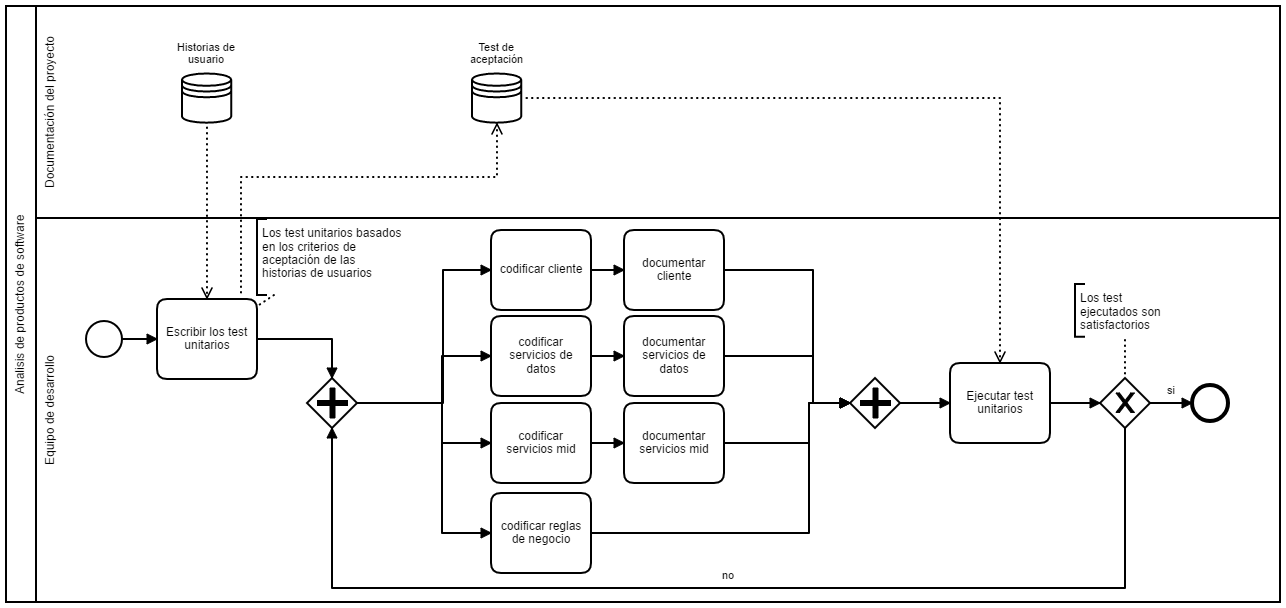
udistrital/arquitectura_docs keeps this BPMN diagram as procedimientos/imagenes/codificacion.png. Above is the earlier version. Its source is kept beside it as procedimientos/imagenes/codificacion.bpmn. Ids are renumbered.
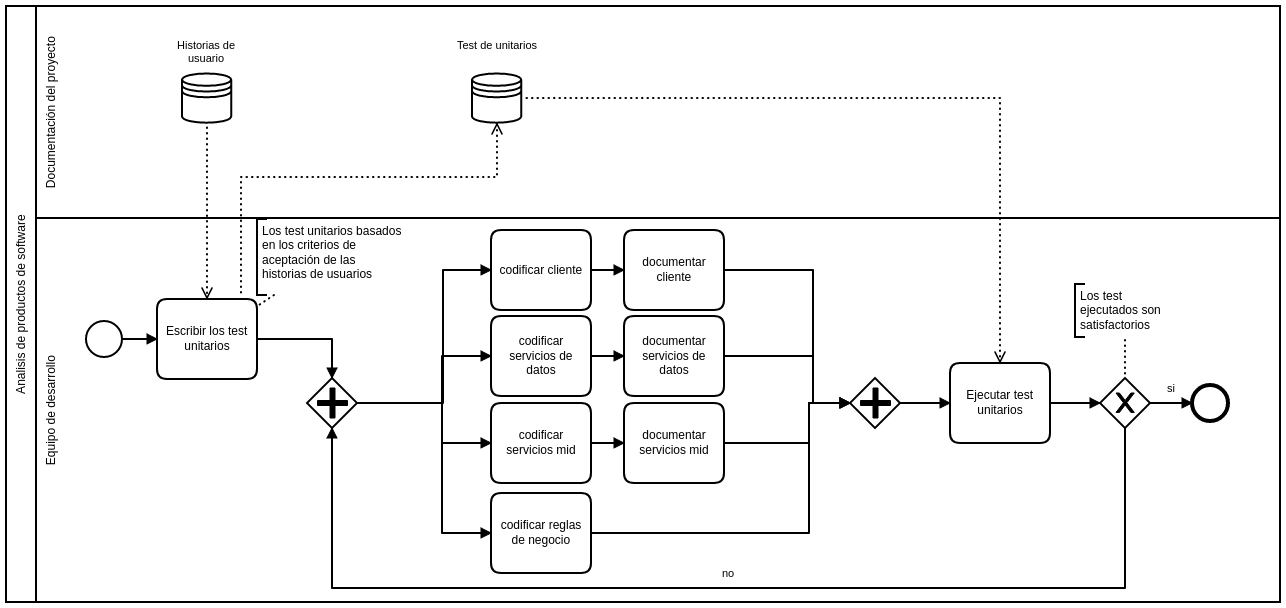
The same file after the commit.

Change to the diagram source:
```diff
@@ -1,4 +1,4 @@
-<bpmn:definitions xmlns:bpmn="http://www.omg.org/spec/BPMN/20100524/MODEL" xmlns:bpmndi="http://www.omg.org/spec/BPMN/20100524/DI" xmlns:di="http://www.omg.org/spec/DD/20100524/DI" xmlns:dc="http://www.omg.org/spec/DD/20100524/DC" xmlns:camunda="http://camunda.org/schema/1.0/bpmn" id="Definitions_n1" targetNamespace="http://bpmn.io/schema/bpmn" exporter="Camunda Modeler" exporterVersion="1.14.0">
+<bpmn:definitions xmlns:bpmn="http://www.omg.org/spec/BPMN/20100524/MODEL" xmlns:bpmndi="http://www.omg.org/spec/BPMN/20100524/DI" xmlns:di="http://www.omg.org/spec/DD/20100524/DI" xmlns:dc="http://www.omg.org/spec/DD/20100524/DC" xmlns:camunda="http://camunda.org/schema/1.0/bpmn" id="Definitions_n1" targetNamespace="http://bpmn.io/schema/bpmn" exporter="Camunda Modeler" exporterVersion="1.15.1">
   <bpmn:collaboration id="Collaboration_n2">
     <bpmn:participant id="Participant_n3" name="Analisis de productos de software" processRef="Process_n4" />
   </bpmn:collaboration>
@@ -24,7 +24,7 @@
     </bpmn:laneSet>
     <bpmn:sequenceFlow id="SequenceFlow_n21" sourceRef="ExclusiveGateway_n13" targetRef="Task_n17" />
     <bpmn:sequenceFlow id="SequenceFlow_n22" sourceRef="StartEvent_n6" targetRef="Task_n7" />
-    <bpmn:dataStoreReference id="DataStoreReference_n23" name="Test de aceptación" />
+    <bpmn:dataStoreReference id="DataStoreReference_n23" name="Test de unitarios" />
     <bpmn:startEvent id="StartEvent_n6">
       <bpmn:outgoing>SequenceFlow_n22</bpmn:outgoing>
     </bpmn:startEvent>
@@ -178,7 +178,7 @@
       <bpmndi:BPMNShape id="DataStoreReference_n23_di" bpmnElement="DataStoreReference_n23">
         <dc:Bounds x="730" y="-648" width="50" height="50" />
         <bpmndi:BPMNLabel>
-          <dc:Bounds x="728" y="-682" width="54" height="24" />
+          <dc:Bounds x="715" y="-682" width="81" height="14" />
         </bpmndi:BPMNLabel>
       </bpmndi:BPMNShape>
       <bpmndi:BPMNShape id="Task_n8_di" bpmnElement="Task_n8">
```
